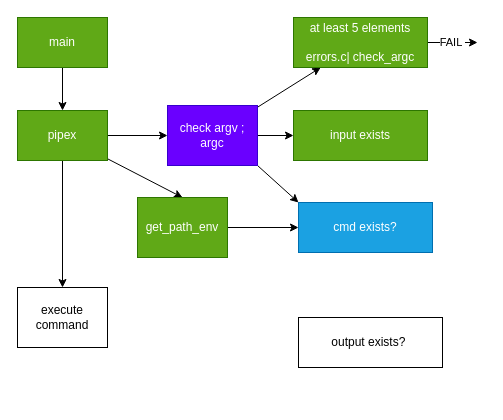
yuh-m/42_pipex keeps this draw.io diagram as flowchar.drawio. Above is the earlier version. Source tidied: cells renumbered, new cells numbered last; positions are measured from the earlier drawing's top-left corner, leaving out a move shared by most shapes. Both pictures are drawn from the tidied source at 100%, with x=0, y=0 at pixel (17, 17).
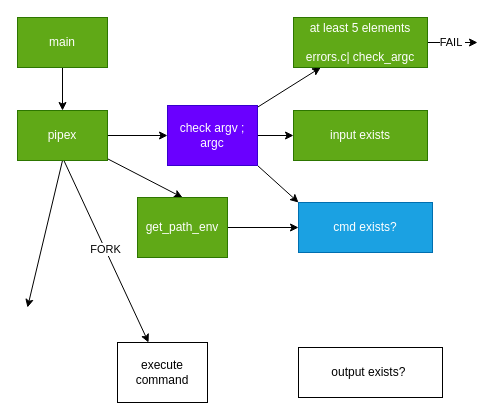
After the change.

The change refers to these unchanged cells:
```xml
<mxCell id="7" value="pipex" style="rounded=0;whiteSpace=wrap;html=1;fillColor=#60a917;fontColor=#ffffff;strokeColor=#2D7600;" parent="1" vertex="1">
  <mxGeometry y="93" width="90" height="50" as="geometry" />
</mxCell>
```

Change to the diagram source:
```diff
@@
-    <mxCell id="6" style="edgeStyle=none;html=1;" parent="1" edge="1" target="8">
+    <mxCell id="6" value="FORK" style="edgeStyle=none;html=1;" parent="1" edge="1" target="8">
       <mxGeometry relative="1" as="geometry">
         <mxPoint x="45" y="140" as="sourcePoint" />
       </mxGeometry>
     </mxCell>
+    <mxCell id="20" style="edgeStyle=none;html=1;exitX=0.5;exitY=1;exitDx=0;exitDy=0;" parent="1" edge="1" source="7">
+      <mxGeometry relative="1" as="geometry">
+        <mxPoint x="10" y="290" as="targetPoint" />
+      </mxGeometry>
+    </mxCell>
@@
     <mxCell id="8" value="execute command" style="rounded=0;whiteSpace=wrap;html=1;" parent="1" vertex="1">
-      <mxGeometry y="270" width="90" height="60" as="geometry" />
+      <mxGeometry x="100" y="325" width="90" height="60" as="geometry" />
     </mxCell>
@@
     <mxCell id="16" value="output exists?&amp;nbsp;" style="whiteSpace=wrap;html=1;rounded=0;" parent="1" vertex="1">
-      <mxGeometry x="281" y="300" width="144" height="50" as="geometry" />
+      <mxGeometry x="281" y="330" width="144" height="50" as="geometry" />
     </mxCell>
```
